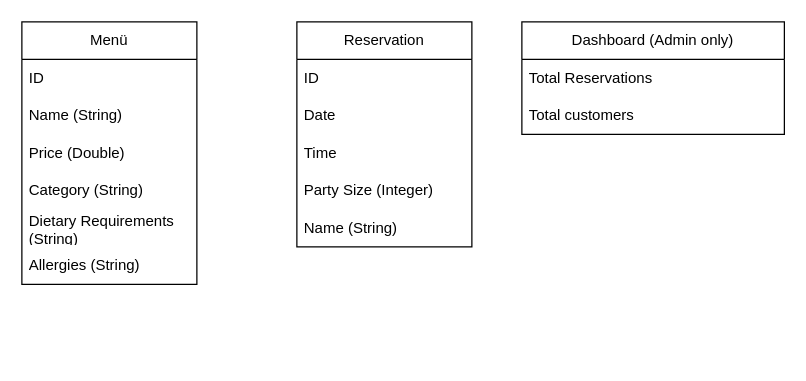
The draw.io diagram Planung/Systemübersicht.drawio in Coding-Bz/2025-rest-foods-backend-1, before the edit. Source tidied: cells renumbered, new cells numbered last; positions are measured from the earlier drawing's top-left corner, leaving out a move shared by most shapes. Both pictures are drawn from the tidied source at 125%, with x=0, y=0 at pixel (21, 21).
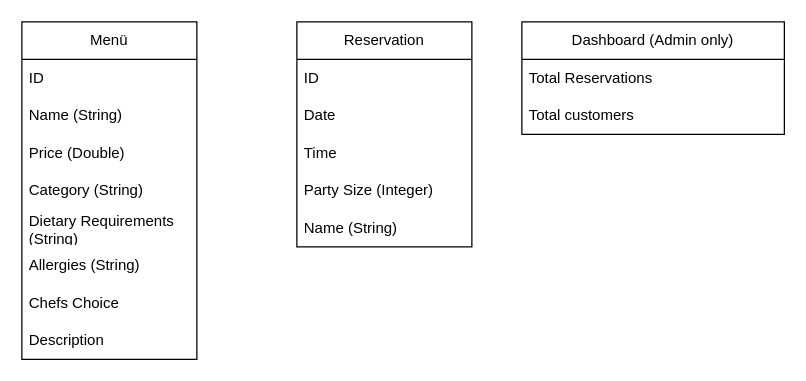
The same diagram, later.

Commit message (it also covers changes not shown here):
24-Update-system_overview

I have now adjusted the table for that, there are now also the attribute Description.

What changed in the source:
```diff
@@
 <mxGraphModel>
   <root>
     <mxCell id="0" />
     <mxCell id="1" parent="0" />
     <mxCell id="2" value="Menü" style="swimlane;fontStyle=0;horizontal=1;startSize=30;whiteSpace=wrap;html=1;" parent="1" vertex="1">
-      <mxGeometry width="140" height="210" as="geometry" />
+      <mxGeometry width="140" height="270" as="geometry" />
     </mxCell>
     <mxCell id="3" value="ID" style="text;strokeColor=none;fillColor=none;align=left;verticalAlign=middle;spacingLeft=4;spacingRight=4;overflow=hidden;whiteSpace=wrap;html=1;" parent="2" vertex="1">
       <mxGeometry y="30" width="140" height="30" as="geometry" />
     </mxCell>
     <mxCell id="4" value="Name (String)" style="text;strokeColor=none;fillColor=none;align=left;verticalAlign=middle;spacingLeft=4;spacingRight=4;overflow=hidden;whiteSpace=wrap;html=1;" parent="2" vertex="1">
       <mxGeometry y="60" width="140" height="30" as="geometry" />
     </mxCell>
     <mxCell id="5" value="Price (Double)" style="text;strokeColor=none;fillColor=none;align=left;verticalAlign=middle;spacingLeft=4;spacingRight=4;overflow=hidden;whiteSpace=wrap;html=1;" parent="2" vertex="1">
       <mxGeometry y="90" width="140" height="30" as="geometry" />
     </mxCell>
     <mxCell id="6" value="Category (String)" style="text;strokeColor=none;fillColor=none;align=left;verticalAlign=middle;spacingLeft=4;spacingRight=4;overflow=hidden;whiteSpace=wrap;html=1;" parent="2" vertex="1">
       <mxGeometry y="120" width="140" height="30" as="geometry" />
     </mxCell>
     <mxCell id="7" value="Dietary Requirements (String)" style="text;strokeColor=none;fillColor=none;align=left;verticalAlign=middle;spacingLeft=4;spacingRight=4;overflow=hidden;whiteSpace=wrap;html=1;" parent="2" vertex="1">
       <mxGeometry y="150" width="140" height="30" as="geometry" />
     </mxCell>
+    <mxCell id="18" value="Allergies (String)" style="text;strokeColor=none;fillColor=none;align=left;verticalAlign=middle;spacingLeft=4;spacingRight=4;overflow=hidden;whiteSpace=wrap;html=1;" parent="2" vertex="1">
+      <mxGeometry y="180" width="140" height="30" as="geometry" />
+    </mxCell>
+    <mxCell id="19" value="Chefs Choice" style="text;strokeColor=none;fillColor=none;align=left;verticalAlign=middle;spacingLeft=4;spacingRight=4;overflow=hidden;whiteSpace=wrap;html=1;" parent="2" vertex="1">
+      <mxGeometry y="210" width="140" height="30" as="geometry" />
+    </mxCell>
-    <mxCell id="8" value="Allergies (String)" style="text;strokeColor=none;fillColor=none;align=left;verticalAlign=middle;spacingLeft=4;spacingRight=4;overflow=hidden;whiteSpace=wrap;html=1;" parent="2" vertex="1">
-      <mxGeometry y="180" width="140" height="30" as="geometry" />
+    <mxCell id="8" value="Description" style="text;strokeColor=none;fillColor=none;align=left;verticalAlign=middle;spacingLeft=4;spacingRight=4;overflow=hidden;whiteSpace=wrap;html=1;" parent="2" vertex="1">
+      <mxGeometry y="240" width="140" height="30" as="geometry" />
     </mxCell>
     <mxCell id="9" value="Reservation" style="swimlane;fontStyle=0;horizontal=1;startSize=30;whiteSpace=wrap;html=1;" parent="1" vertex="1">
       <mxGeometry x="220" width="140" height="180" as="geometry" />
     </mxCell>
     <mxCell id="10" value="ID" style="text;strokeColor=none;fillColor=none;align=left;verticalAlign=middle;spacingLeft=4;spacingRight=4;overflow=hidden;whiteSpace=wrap;html=1;" parent="9" vertex="1">
       <mxGeometry y="30" width="140" height="30" as="geometry" />
     </mxCell>
     <mxCell id="11" value="Date" style="text;strokeColor=none;fillColor=none;align=left;verticalAlign=middle;spacingLeft=4;spacingRight=4;overflow=hidden;whiteSpace=wrap;html=1;" parent="9" vertex="1">
       <mxGeometry y="60" width="140" height="30" as="geometry" />
     </mxCell>
     <mxCell id="12" value="Time" style="text;strokeColor=none;fillColor=none;align=left;verticalAlign=middle;spacingLeft=4;spacingRight=4;overflow=hidden;whiteSpace=wrap;html=1;" parent="9" vertex="1">
       <mxGeometry y="90" width="140" height="30" as="geometry" />
     </mxCell>
     <mxCell id="13" value="Party Size (Integer)" style="text;strokeColor=none;fillColor=none;align=left;verticalAlign=middle;spacingLeft=4;spacingRight=4;overflow=hidden;whiteSpace=wrap;html=1;" parent="9" vertex="1">
       <mxGeometry y="120" width="140" height="30" as="geometry" />
     </mxCell>
     <mxCell id="14" value="Name (String)" style="text;strokeColor=none;fillColor=none;align=left;verticalAlign=middle;spacingLeft=4;spacingRight=4;overflow=hidden;whiteSpace=wrap;html=1;" parent="9" vertex="1">
       <mxGeometry y="150" width="140" height="30" as="geometry" />
     </mxCell>
     <mxCell id="15" value="Dashboard (Admin only)" style="swimlane;fontStyle=0;horizontal=1;startSize=30;whiteSpace=wrap;html=1;" parent="1" vertex="1">
       <mxGeometry x="400" width="210" height="90" as="geometry" />
     </mxCell>
     <mxCell id="16" value="Total Reservations" style="text;strokeColor=none;fillColor=none;align=left;verticalAlign=middle;spacingLeft=4;spacingRight=4;overflow=hidden;whiteSpace=wrap;html=1;" parent="15" vertex="1">
       <mxGeometry y="30" width="210" height="30" as="geometry" />
     </mxCell>
     <mxCell id="17" value="Total customers&amp;nbsp;" style="text;strokeColor=none;fillColor=none;align=left;verticalAlign=middle;spacingLeft=4;spacingRight=4;overflow=hidden;whiteSpace=wrap;html=1;" parent="15" vertex="1">
       <mxGeometry y="60" width="210" height="30" as="geometry" />
     </mxCell>
   </root>
 </mxGraphModel>
```
